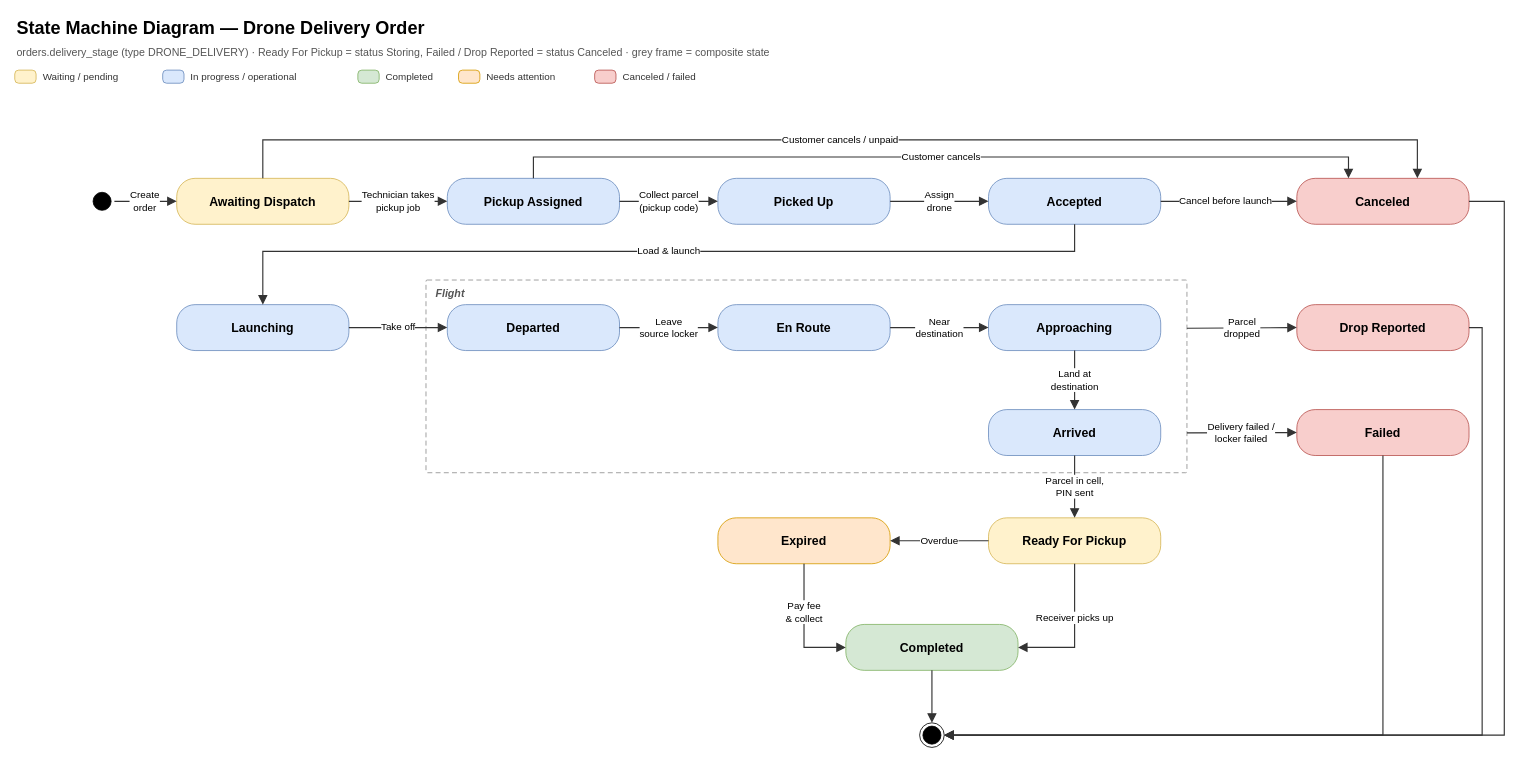
Earlier version of the draw.io diagram rp3/srs-assets/drawio/06-2-state-machine-drone-delivery-order.drawio (LockR-Tech/docs). Source tidied: cells renumbered, new cells numbered last; positions are measured from the earlier drawing's top-left corner, leaving out a move shared by most shapes. Both pictures are drawn from the tidied source at 82%, with x=0, y=0 at pixel (15, 14).
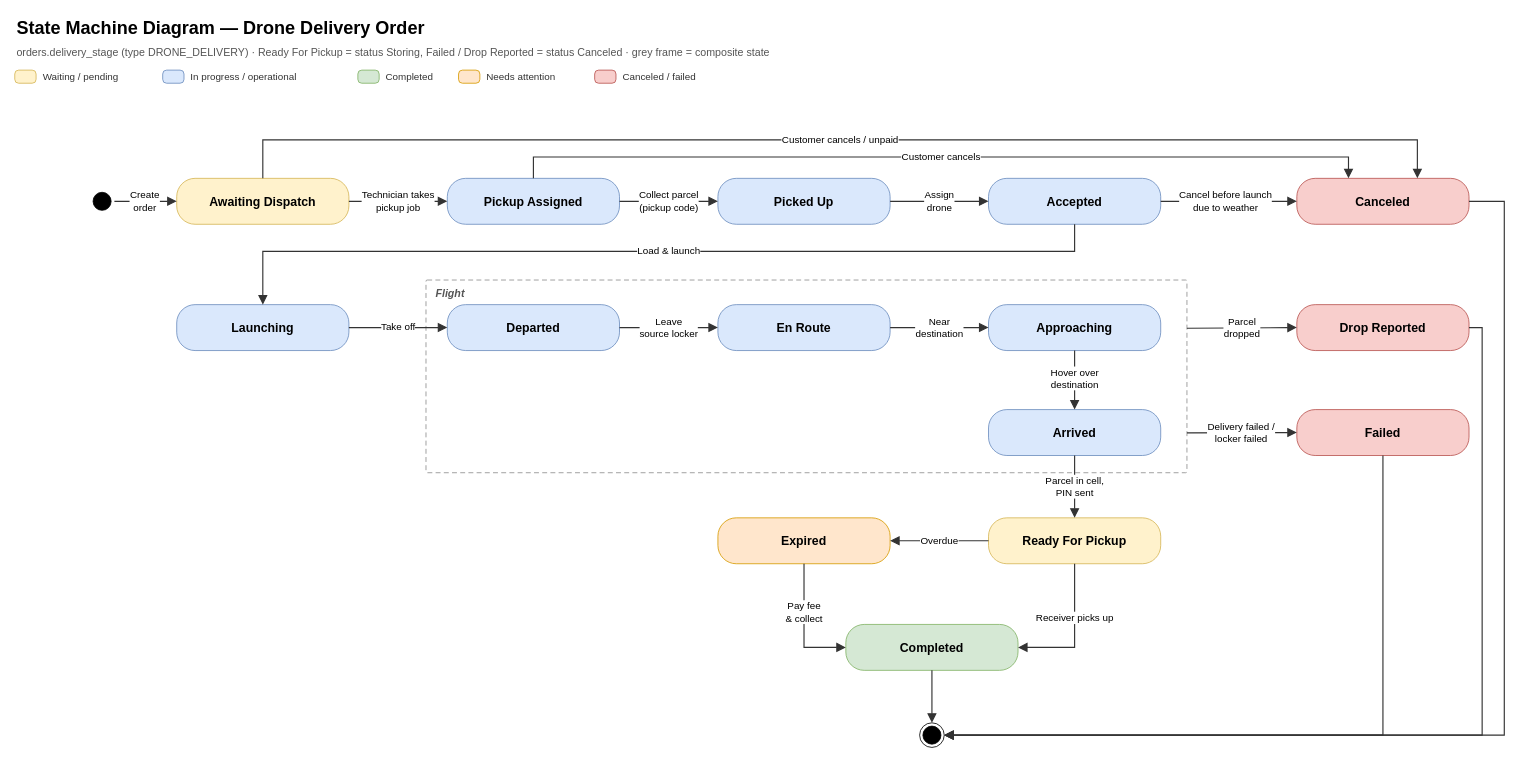
The same diagram, later.

Unchanged cells that the change refers to:
```xml
<mxCell id="19" value="Accepted" style="rounded=1;whiteSpace=wrap;html=1;arcSize=40;fillColor=#DAE8FC;strokeColor=#6C8EBF;fontColor=#000000;fontSize=15;fontStyle=1;" parent="1" vertex="1">
  <mxGeometry x="1187" y="200" width="210" height="56" as="geometry" />
</mxCell>
<mxCell id="23" value="Approaching" style="rounded=1;whiteSpace=wrap;html=1;arcSize=40;fillColor=#DAE8FC;strokeColor=#6C8EBF;fontColor=#000000;fontSize=15;fontStyle=1;" parent="1" vertex="1">
  <mxGeometry x="1187" y="354" width="210" height="56" as="geometry" />
</mxCell>
<mxCell id="24" value="Arrived" style="rounded=1;whiteSpace=wrap;html=1;arcSize=40;fillColor=#DAE8FC;strokeColor=#6C8EBF;fontColor=#000000;fontSize=15;fontStyle=1;" parent="1" vertex="1">
  <mxGeometry x="1187" y="482" width="210" height="56" as="geometry" />
</mxCell>
<mxCell id="29" value="Canceled" style="rounded=1;whiteSpace=wrap;html=1;arcSize=40;fillColor=#F8CECC;strokeColor=#B85450;fontColor=#000000;fontSize=15;fontStyle=1;" parent="1" vertex="1">
  <mxGeometry x="1563" y="200" width="210" height="56" as="geometry" />
</mxCell>
```

Diff of the diagram source:
```diff
@@
-    <mxCell id="40" value="Land at&lt;br&gt;destination" style="edgeStyle=none;rounded=0;html=1;strokeColor=#333333;strokeWidth=1.4;endArrow=block;endFill=1;endSize=8;fontSize=12;fontColor=#000000;labelBackgroundColor=#FFFFFF;" parent="1" edge="1" source="23" target="24">
-      <mxGeometry relative="1" as="geometry" />
+    <mxCell id="40" value="Hover over&lt;div&gt;destination&lt;/div&gt;" style="edgeStyle=none;rounded=0;html=1;strokeColor=#333333;strokeWidth=1.4;endArrow=block;endFill=1;endSize=8;fontSize=12;fontColor=#000000;labelBackgroundColor=#FFFFFF;" parent="1" edge="1" source="23" target="24">
+      <mxGeometry x="-0.06" relative="1" as="geometry" />
     </mxCell>
@@
-    <mxCell id="48" value="Cancel before launch" style="edgeStyle=none;rounded=0;html=1;strokeColor=#333333;strokeWidth=1.4;endArrow=block;endFill=1;endSize=8;fontSize=12;fontColor=#000000;labelBackgroundColor=#FFFFFF;" parent="1" edge="1" source="19" target="29">
+    <mxCell id="48" value="Cancel before launch&lt;div&gt;due to weather&lt;/div&gt;" style="edgeStyle=none;rounded=0;html=1;strokeColor=#333333;strokeWidth=1.4;endArrow=block;endFill=1;endSize=8;fontSize=12;fontColor=#000000;labelBackgroundColor=#FFFFFF;" parent="1" edge="1" source="19" target="29">
       <mxGeometry x="-0.05" relative="1" as="geometry" />
     </mxCell>
```
